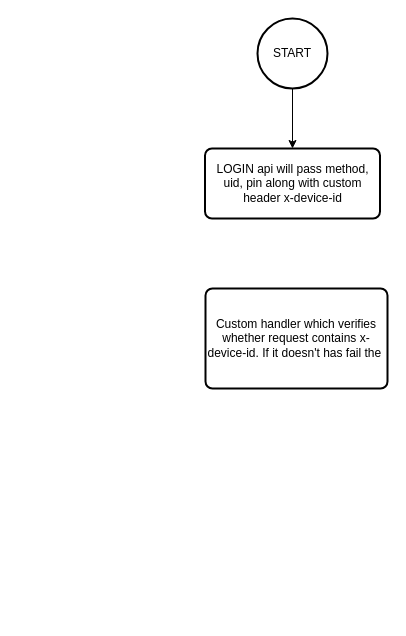
Above: Untitled Diagram.drawio in hariharanpalani/Test (draw.io), before the change. Source tidied: cells renumbered, new cells numbered last; positions are measured from the earlier drawing's top-left corner, leaving out a move shared by most shapes. Both pictures are drawn from the tidied source at 100%, with x=0, y=0 at pixel (205, 18).
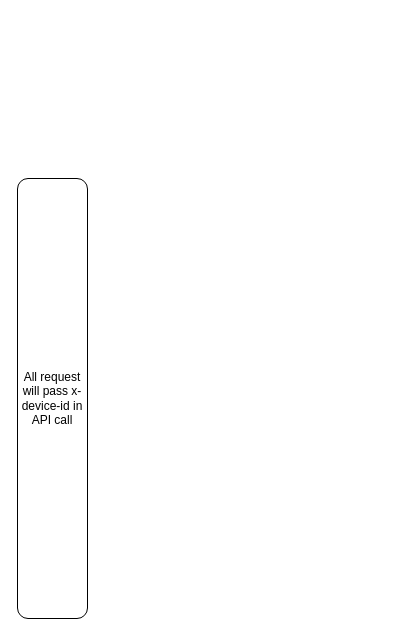
Above is the later version.

The edit, as a diff of the source:
```diff
@@
 <mxGraphModel>
   <root>
     <mxCell id="0" />
     <mxCell id="1" parent="0" />
-    <mxCell id="2" style="edgeStyle=orthogonalEdgeStyle;rounded=0;jettySize=auto;html=1;entryX=0.5;entryY=0;entryDx=0;entryDy=0;" parent="1" edge="1" source="3" target="4">
-      <mxGeometry relative="1" as="geometry" />
-    </mxCell>
-    <mxCell id="3" value="START" style="strokeWidth=2;html=1;shape=mxgraph.flowchart.start_2;whiteSpace=wrap;" parent="1" vertex="1">
-      <mxGeometry x="52" width="70" height="70" as="geometry" />
-    </mxCell>
-    <mxCell id="4" value="LOGIN api will pass method, uid, pin along with custom header x-device-id" style="rounded=1;whiteSpace=wrap;html=1;absoluteArcSize=1;arcSize=14;strokeWidth=2;" parent="1" vertex="1">
-      <mxGeometry x="-0.5" y="130" width="175" height="70" as="geometry" />
-    </mxCell>
-    <mxCell id="5" value="Custom handler which verifies whether request contains x-device-id. If it doesn't has fail the&amp;nbsp;" style="rounded=1;whiteSpace=wrap;html=1;absoluteArcSize=1;arcSize=14;strokeWidth=2;" parent="1" vertex="1">
-      <mxGeometry y="270" width="182" height="100" as="geometry" />
-    </mxCell>
+    <mxCell id="6" value="All request will pass x-device-id in API call" style="rounded=1;whiteSpace=wrap;html=1;" parent="1" vertex="1">
+      <mxGeometry x="-188" y="160" width="70" height="440" as="geometry" />
+    </mxCell>
   </root>
 </mxGraphModel>
```
